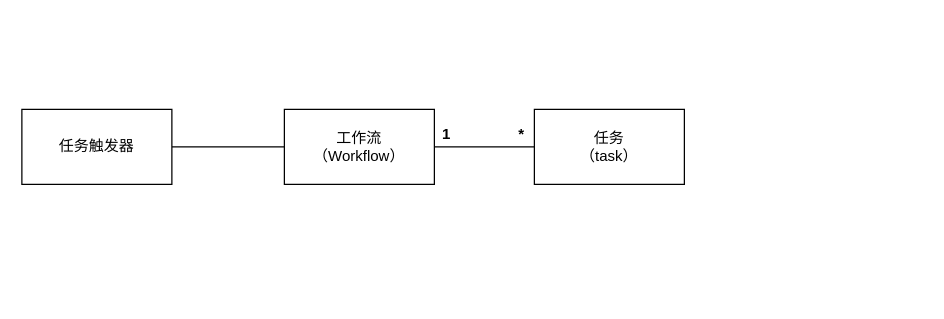
DotDotGeng/drawio_pic keeps this draw.io diagram as 未命名绘图.drawio. Above is the earlier version. Source tidied: cells renumbered, new cells numbered last; positions are measured from the earlier drawing's top-left corner, leaving out a move shared by most shapes. Both pictures are drawn from the tidied source at 125%, with x=0, y=0 at pixel (21, 109).
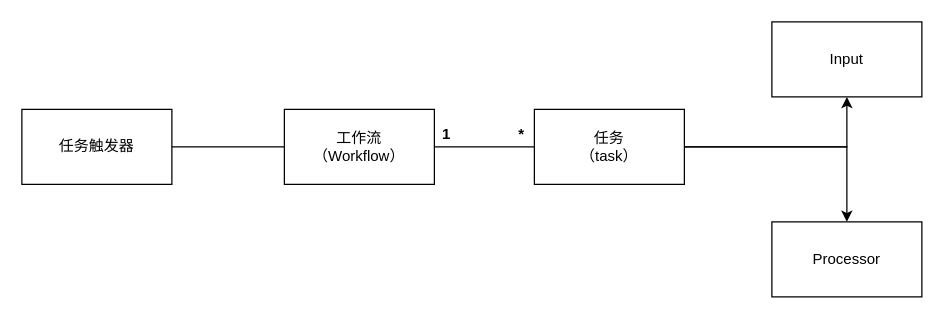
After the change.

Commit message (it also covers changes not shown here):
更新未命名绘图.drawio

Change to the diagram source:
```diff
@@
 <mxGraphModel>
   <root>
     <mxCell id="0" />
     <mxCell id="1" parent="0" />
     <mxCell id="2" style="edgeStyle=orthogonalEdgeStyle;rounded=0;jettySize=auto;html=1;endArrow=none;endFill=0;" parent="1" edge="1" source="3" target="5">
       <mxGeometry relative="1" as="geometry" />
     </mxCell>
     <mxCell id="3" value="任务触发器" style="rounded=0;whiteSpace=wrap;html=1;" parent="1" vertex="1">
       <mxGeometry width="120" height="60" as="geometry" />
     </mxCell>
     <mxCell id="4" style="edgeStyle=orthogonalEdgeStyle;rounded=0;jettySize=auto;html=1;endArrow=none;endFill=0;" parent="1" edge="1" source="5" target="6">
       <mxGeometry relative="1" as="geometry" />
     </mxCell>
     <mxCell id="5" value="工作流&lt;br&gt;（Workflow）" style="rounded=0;whiteSpace=wrap;html=1;" parent="1" vertex="1">
       <mxGeometry x="210" width="120" height="60" as="geometry" />
     </mxCell>
+    <mxCell id="9" style="edgeStyle=orthogonalEdgeStyle;rounded=0;jettySize=auto;html=1;" parent="1" edge="1" source="6" target="11">
+      <mxGeometry relative="1" as="geometry" />
+    </mxCell>
+    <mxCell id="10" style="edgeStyle=orthogonalEdgeStyle;rounded=0;jettySize=auto;html=1;" parent="1" edge="1" source="6" target="12">
+      <mxGeometry relative="1" as="geometry" />
+    </mxCell>
     <mxCell id="6" value="任务&lt;br&gt;（task）" style="whiteSpace=wrap;html=1;rounded=0;" parent="1" vertex="1">
       <mxGeometry x="410" width="120" height="60" as="geometry" />
     </mxCell>
     <mxCell id="7" value="&lt;b&gt;1&lt;/b&gt;" style="text;html=1;strokeColor=none;fillColor=none;align=center;verticalAlign=middle;whiteSpace=wrap;rounded=0;" parent="1" vertex="1">
       <mxGeometry x="330" y="10" width="20" height="20" as="geometry" />
     </mxCell>
     <mxCell id="8" value="&lt;b&gt;*&lt;/b&gt;" style="text;html=1;strokeColor=none;fillColor=none;align=center;verticalAlign=middle;whiteSpace=wrap;rounded=0;" parent="1" vertex="1">
       <mxGeometry x="390" y="10" width="20" height="20" as="geometry" />
     </mxCell>
+    <mxCell id="11" value="Input" style="whiteSpace=wrap;html=1;rounded=0;" parent="1" vertex="1">
+      <mxGeometry x="600" y="-70" width="120" height="60" as="geometry" />
+    </mxCell>
+    <mxCell id="12" value="Processor" style="whiteSpace=wrap;html=1;rounded=0;" parent="1" vertex="1">
+      <mxGeometry x="600" y="90" width="120" height="60" as="geometry" />
+    </mxCell>
   </root>
 </mxGraphModel>
```
